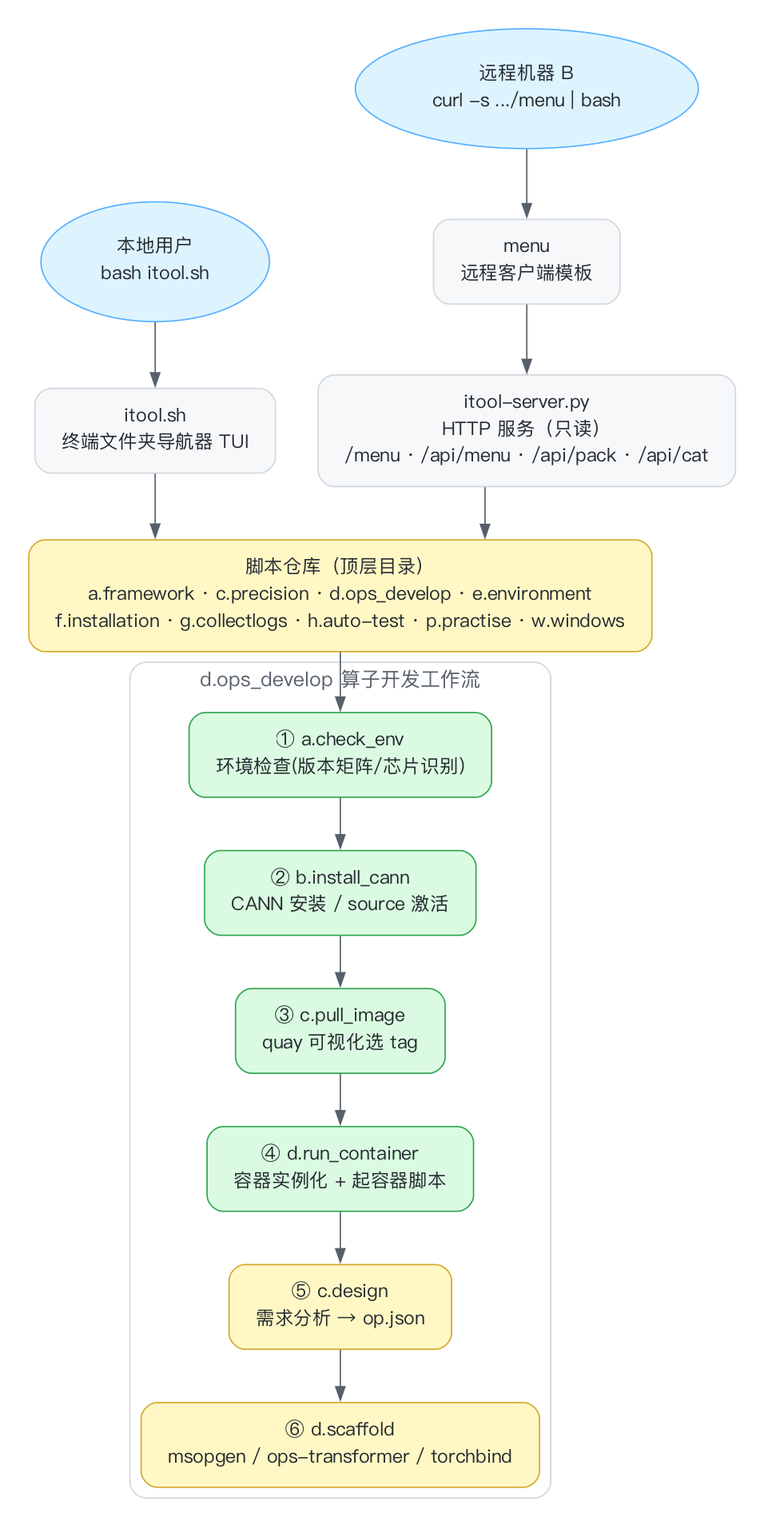
The Graphviz diagram docs/itool-flow.png in qqiushizi/itool, before a commit. Its source is kept beside it as docs/itool-flow.dot.
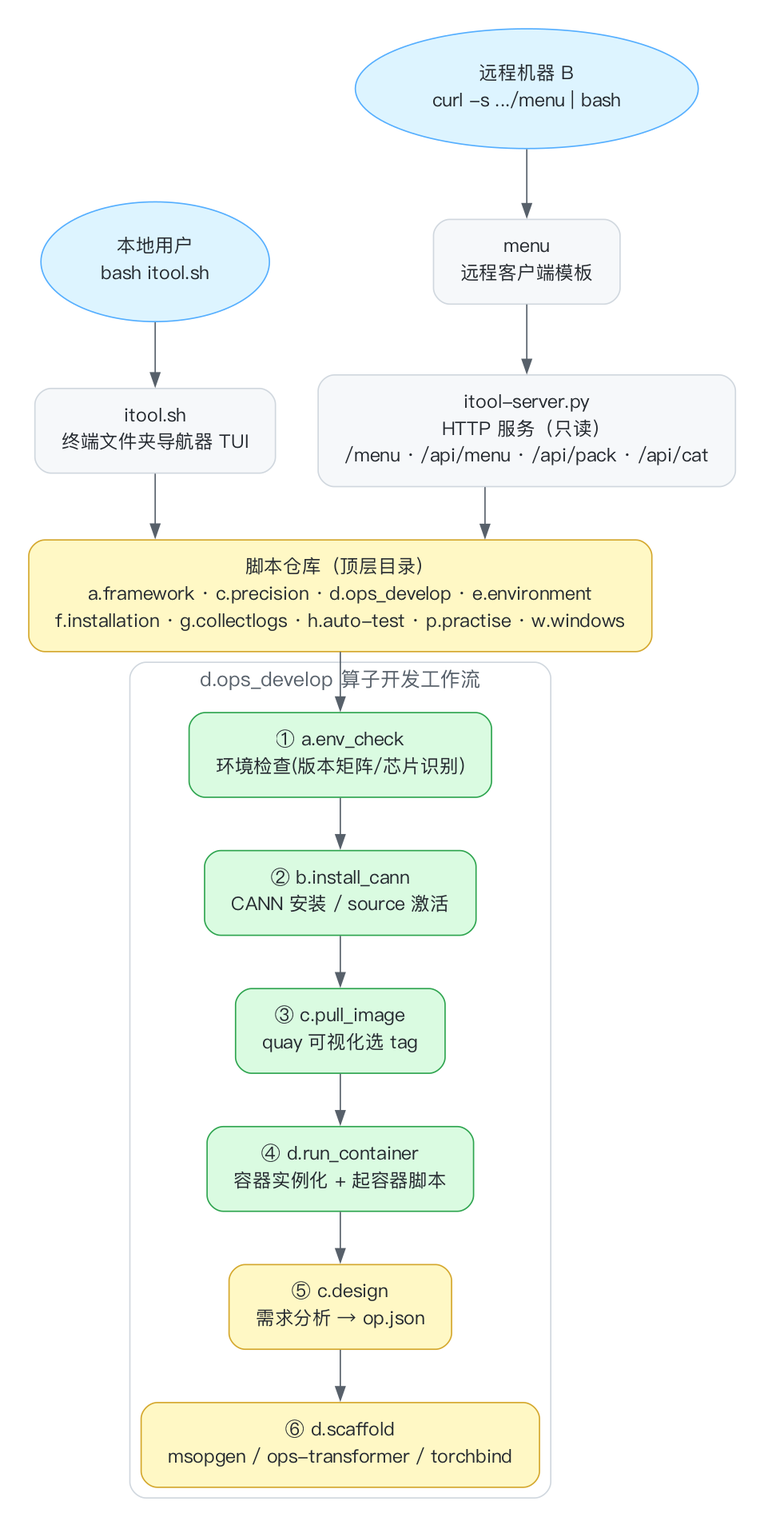
Later version of the same file.

Commit message:
Simplify env check path and add readme

Change to the diagram source:
```diff
@@ -41,7 +41,7 @@
     fontcolor="#57606a";
     fontsize=15;
 
-    S1 [label="① a.check_env\n环境检查(版本矩阵/芯片识别)", fillcolor="#dafbe1", color="#2da44e"];
+    S1 [label="① a.env_check\n环境检查(版本矩阵/芯片识别)", fillcolor="#dafbe1", color="#2da44e"];
     S2 [label="② b.install_cann\nCANN 安装 / source 激活", fillcolor="#dafbe1", color="#2da44e"];
     S3 [label="③ c.pull_image\nquay 可视化选 tag", fillcolor="#dafbe1", color="#2da44e"];
     S4 [label="④ d.run_container\n容器实例化 + 起容器脚本", fillcolor="#dafbe1", color="#2da44e"];
```
